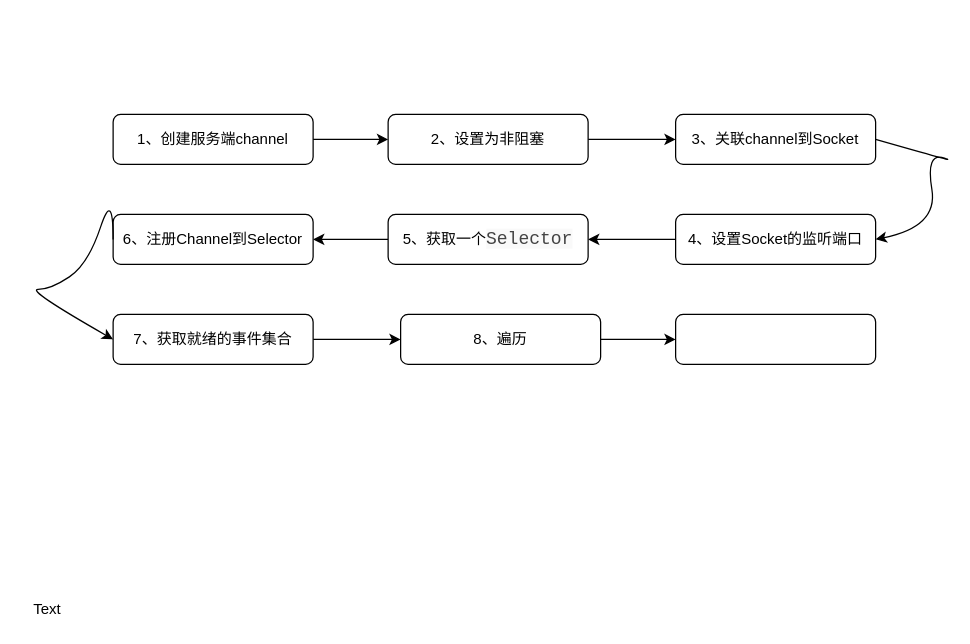
The draw.io diagram Untitled Diagram.drawio in Nirvana0101/momo.com, before the edit. Source tidied: cells renumbered, new cells numbered last; positions are measured from the earlier drawing's top-left corner, leaving out a move shared by most shapes. Both pictures are drawn from the tidied source at 125%, with x=0, y=0 at pixel (21, 114).
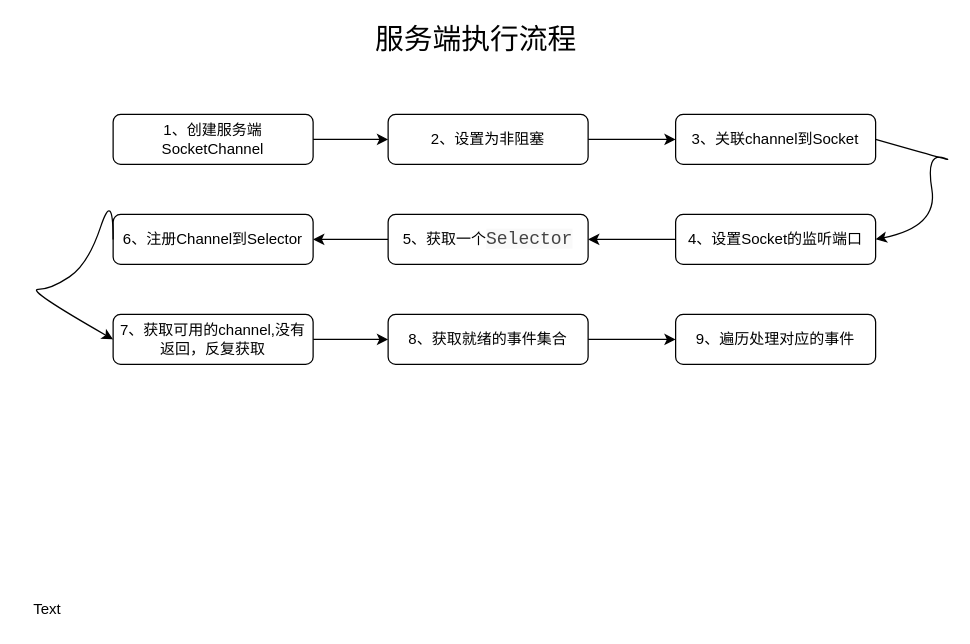
Above is the later version.

What changed in the source:
```diff
@@
-    <mxCell id="2" value="1、创建服务端channel" style="rounded=1;whiteSpace=wrap;html=1;" parent="1" vertex="1">
+    <mxCell id="2" value="1、创建服务端SocketChannel" style="rounded=1;whiteSpace=wrap;html=1;" parent="1" vertex="1">
       <mxGeometry x="73" width="160" height="40" as="geometry" />
     </mxCell>
@@
-    <mxCell id="4" value="7、获取就绪的事件集合" style="rounded=1;whiteSpace=wrap;html=1;" parent="1" vertex="1">
+    <mxCell id="4" value="7、获取可用的channel,没有返回，反复获取" style="rounded=1;whiteSpace=wrap;html=1;" parent="1" vertex="1">
       <mxGeometry x="73" y="160" width="160" height="40" as="geometry" />
     </mxCell>
@@
-    <mxCell id="14" value="8、遍历" style="rounded=1;whiteSpace=wrap;html=1;" parent="1" vertex="1">
-      <mxGeometry x="303" y="160" width="160" height="40" as="geometry" />
+    <mxCell id="14" value="&lt;span style=&quot;white-space: normal&quot;&gt;8、获取就绪的事件集合&lt;/span&gt;" style="rounded=1;whiteSpace=wrap;html=1;" parent="1" vertex="1">
+      <mxGeometry x="293" y="160" width="160" height="40" as="geometry" />
     </mxCell>
-    <mxCell id="15" style="rounded=1;whiteSpace=wrap;html=1;" parent="1" vertex="1">
+    <mxCell id="15" value="&lt;span style=&quot;white-space: normal&quot;&gt;9、遍历处理对应的事件&lt;/span&gt;" style="rounded=1;whiteSpace=wrap;html=1;" parent="1" vertex="1">
       <mxGeometry x="523" y="160" width="160" height="40" as="geometry" />
     </mxCell>
@@
+    <mxCell id="20" value="&lt;font style=&quot;font-size: 23px&quot;&gt;服务端执行流程&lt;/font&gt;" style="text;html=1;align=center;verticalAlign=middle;" parent="1" vertex="1">
+      <mxGeometry x="273" y="-70" width="180" height="20" as="geometry" />
+    </mxCell>
```
